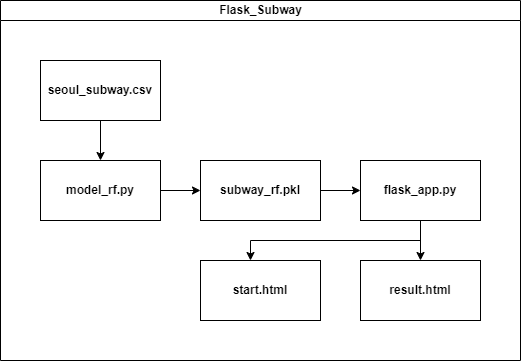
Earlier version of the draw.io export Flask_Subway/diagram.png (likemilktea/seoul_subway_on_off). Source tidied: cells renumbered, new cells last; positions are measured from the earlier drawing's top-left corner, leaving out a move shared by most shapes. Its diagram source:
```xml
<mxGraphModel>
  <root>
    <mxCell id="0" />
    <mxCell id="1" parent="0" />
    <mxCell id="2" value="Flask_Subway" style="swimlane;html=1;startSize=20;horizontal=1;containerType=tree;glass=0;" parent="1" vertex="1">
      <mxGeometry width="520" height="360" as="geometry" />
    </mxCell>
    <mxCell id="3" value="&lt;b&gt;seoul_subway.csv&lt;/b&gt;" style="rounded=0;whiteSpace=wrap;html=1;glass=0;strokeColor=default;fontFamily=Helvetica;fontSize=12;fontColor=default;startSize=20;fillColor=default;" parent="2" vertex="1">
      <mxGeometry x="40" y="60" width="120" height="60" as="geometry" />
    </mxCell>
    <mxCell id="4" style="edgeStyle=orthogonalEdgeStyle;rounded=0;jettySize=auto;html=1;" parent="2" edge="1" source="3" target="5">
      <mxGeometry relative="1" as="geometry" />
    </mxCell>
    <mxCell id="5" value="&lt;b&gt;model_rf.py&lt;/b&gt;" style="rounded=0;whiteSpace=wrap;html=1;glass=0;strokeColor=default;fontFamily=Helvetica;fontSize=12;fontColor=default;startSize=20;fillColor=default;" parent="2" vertex="1">
      <mxGeometry x="40" y="160" width="120" height="60" as="geometry" />
    </mxCell>
    <mxCell id="6" style="edgeStyle=orthogonalEdgeStyle;rounded=0;jettySize=auto;html=1;" parent="2" edge="1" source="5" target="7">
      <mxGeometry relative="1" as="geometry" />
    </mxCell>
    <mxCell id="7" value="&lt;b&gt;subway_rf.pkl&lt;/b&gt;" style="rounded=0;whiteSpace=wrap;html=1;glass=0;strokeColor=default;fontFamily=Helvetica;fontSize=12;fontColor=default;startSize=20;fillColor=default;" parent="2" vertex="1">
      <mxGeometry x="200" y="160" width="120" height="60" as="geometry" />
    </mxCell>
    <mxCell id="8" style="edgeStyle=orthogonalEdgeStyle;rounded=0;jettySize=auto;html=1;" parent="2" edge="1" source="7" target="9">
      <mxGeometry relative="1" as="geometry" />
    </mxCell>
    <mxCell id="9" value="&lt;b&gt;flask_app.py&lt;/b&gt;" style="rounded=0;whiteSpace=wrap;html=1;glass=0;strokeColor=default;fontFamily=Helvetica;fontSize=12;fontColor=default;startSize=20;fillColor=default;" parent="2" vertex="1">
      <mxGeometry x="360" y="160" width="120" height="60" as="geometry" />
    </mxCell>
    <mxCell id="10" style="edgeStyle=orthogonalEdgeStyle;rounded=0;jettySize=auto;html=1;" parent="2" edge="1" source="9" target="11">
      <mxGeometry relative="1" as="geometry" />
    </mxCell>
    <mxCell id="11" value="&lt;b&gt;result.html&lt;/b&gt;" style="rounded=0;whiteSpace=wrap;html=1;glass=0;strokeColor=default;fontFamily=Helvetica;fontSize=12;fontColor=default;startSize=20;fillColor=default;" parent="2" vertex="1">
      <mxGeometry x="360" y="260" width="120" height="60" as="geometry" />
    </mxCell>
    <mxCell id="12" style="edgeStyle=orthogonalEdgeStyle;rounded=0;jettySize=auto;html=1;" parent="2" edge="1" source="9" target="13">
      <mxGeometry relative="1" as="geometry">
        <Array as="points">
          <mxPoint x="420" y="240" />
          <mxPoint x="250" y="240" />
        </Array>
      </mxGeometry>
    </mxCell>
    <mxCell id="13" value="&lt;b&gt;start.html&lt;/b&gt;" style="rounded=0;whiteSpace=wrap;html=1;glass=0;strokeColor=default;fontFamily=Helvetica;fontSize=12;fontColor=default;startSize=20;fillColor=default;" parent="2" vertex="1">
      <mxGeometry x="200" y="260" width="120" height="60" as="geometry" />
    </mxCell>
  </root>
</mxGraphModel>
```
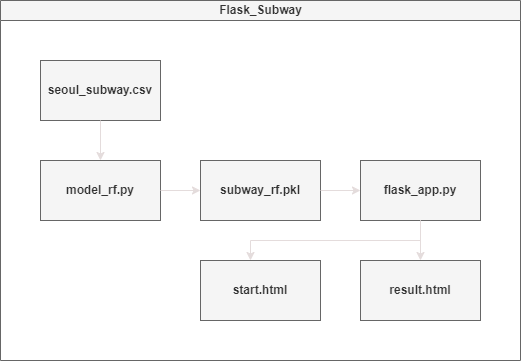
After the change.

Diff of the diagram source:
```diff
@@ -2,37 +2,37 @@
   <root>
     <mxCell id="0" />
     <mxCell id="1" parent="0" />
-    <mxCell id="2" value="Flask_Subway" style="swimlane;html=1;startSize=20;horizontal=1;containerType=tree;glass=0;" parent="1" vertex="1">
+    <mxCell id="2" value="Flask_Subway" style="swimlane;html=1;startSize=20;horizontal=1;containerType=tree;glass=0;fillColor=#f5f5f5;strokeColor=#666666;fontColor=#333333;" parent="1" vertex="1">
       <mxGeometry width="520" height="360" as="geometry" />
     </mxCell>
-    <mxCell id="3" value="&lt;b&gt;seoul_subway.csv&lt;/b&gt;" style="rounded=0;whiteSpace=wrap;html=1;glass=0;strokeColor=default;fontFamily=Helvetica;fontSize=12;fontColor=default;startSize=20;fillColor=default;" parent="2" vertex="1">
+    <mxCell id="3" value="&lt;b&gt;seoul_subway.csv&lt;/b&gt;" style="rounded=0;whiteSpace=wrap;html=1;glass=0;strokeColor=#666666;fontFamily=Helvetica;fontSize=12;startSize=20;fillColor=#f5f5f5;fontColor=#333333;" parent="2" vertex="1">
       <mxGeometry x="40" y="60" width="120" height="60" as="geometry" />
     </mxCell>
-    <mxCell id="4" style="edgeStyle=orthogonalEdgeStyle;rounded=0;jettySize=auto;html=1;" parent="2" edge="1" source="3" target="5">
+    <mxCell id="4" style="edgeStyle=orthogonalEdgeStyle;rounded=0;jettySize=auto;html=1;fillColor=#f5f5f5;strokeColor=#E4DCDC;" parent="2" edge="1" source="3" target="5">
       <mxGeometry relative="1" as="geometry" />
     </mxCell>
-    <mxCell id="5" value="&lt;b&gt;model_rf.py&lt;/b&gt;" style="rounded=0;whiteSpace=wrap;html=1;glass=0;strokeColor=default;fontFamily=Helvetica;fontSize=12;fontColor=default;startSize=20;fillColor=default;" parent="2" vertex="1">
+    <mxCell id="5" value="&lt;b&gt;model_rf.py&lt;/b&gt;" style="rounded=0;whiteSpace=wrap;html=1;glass=0;strokeColor=#666666;fontFamily=Helvetica;fontSize=12;startSize=20;fillColor=#f5f5f5;fontColor=#333333;" parent="2" vertex="1">
       <mxGeometry x="40" y="160" width="120" height="60" as="geometry" />
     </mxCell>
-    <mxCell id="6" style="edgeStyle=orthogonalEdgeStyle;rounded=0;jettySize=auto;html=1;" parent="2" edge="1" source="5" target="7">
+    <mxCell id="6" style="edgeStyle=orthogonalEdgeStyle;rounded=0;jettySize=auto;html=1;fillColor=#f5f5f5;strokeColor=#E4DCDC;" parent="2" edge="1" source="5" target="7">
       <mxGeometry relative="1" as="geometry" />
     </mxCell>
-    <mxCell id="7" value="&lt;b&gt;subway_rf.pkl&lt;/b&gt;" style="rounded=0;whiteSpace=wrap;html=1;glass=0;strokeColor=default;fontFamily=Helvetica;fontSize=12;fontColor=default;startSize=20;fillColor=default;" parent="2" vertex="1">
+    <mxCell id="7" value="&lt;b&gt;subway_rf.pkl&lt;/b&gt;" style="rounded=0;whiteSpace=wrap;html=1;glass=0;strokeColor=#666666;fontFamily=Helvetica;fontSize=12;startSize=20;fillColor=#f5f5f5;fontColor=#333333;" parent="2" vertex="1">
       <mxGeometry x="200" y="160" width="120" height="60" as="geometry" />
     </mxCell>
-    <mxCell id="8" style="edgeStyle=orthogonalEdgeStyle;rounded=0;jettySize=auto;html=1;" parent="2" edge="1" source="7" target="9">
+    <mxCell id="8" style="edgeStyle=orthogonalEdgeStyle;rounded=0;jettySize=auto;html=1;fillColor=#f5f5f5;strokeColor=#E4DCDC;" parent="2" edge="1" source="7" target="9">
       <mxGeometry relative="1" as="geometry" />
     </mxCell>
-    <mxCell id="9" value="&lt;b&gt;flask_app.py&lt;/b&gt;" style="rounded=0;whiteSpace=wrap;html=1;glass=0;strokeColor=default;fontFamily=Helvetica;fontSize=12;fontColor=default;startSize=20;fillColor=default;" parent="2" vertex="1">
+    <mxCell id="9" value="&lt;b&gt;flask_app.py&lt;/b&gt;" style="rounded=0;whiteSpace=wrap;html=1;glass=0;strokeColor=#666666;fontFamily=Helvetica;fontSize=12;startSize=20;fillColor=#f5f5f5;fontColor=#333333;" parent="2" vertex="1">
       <mxGeometry x="360" y="160" width="120" height="60" as="geometry" />
     </mxCell>
-    <mxCell id="10" style="edgeStyle=orthogonalEdgeStyle;rounded=0;jettySize=auto;html=1;" parent="2" edge="1" source="9" target="11">
+    <mxCell id="10" style="edgeStyle=orthogonalEdgeStyle;rounded=0;jettySize=auto;html=1;fillColor=#f5f5f5;strokeColor=#E4DCDC;" parent="2" edge="1" source="9" target="11">
       <mxGeometry relative="1" as="geometry" />
     </mxCell>
-    <mxCell id="11" value="&lt;b&gt;result.html&lt;/b&gt;" style="rounded=0;whiteSpace=wrap;html=1;glass=0;strokeColor=default;fontFamily=Helvetica;fontSize=12;fontColor=default;startSize=20;fillColor=default;" parent="2" vertex="1">
+    <mxCell id="11" value="&lt;b&gt;result.html&lt;/b&gt;" style="rounded=0;whiteSpace=wrap;html=1;glass=0;strokeColor=#666666;fontFamily=Helvetica;fontSize=12;startSize=20;fillColor=#f5f5f5;fontColor=#333333;" parent="2" vertex="1">
       <mxGeometry x="360" y="260" width="120" height="60" as="geometry" />
     </mxCell>
-    <mxCell id="12" style="edgeStyle=orthogonalEdgeStyle;rounded=0;jettySize=auto;html=1;" parent="2" edge="1" source="9" target="13">
+    <mxCell id="12" style="edgeStyle=orthogonalEdgeStyle;rounded=0;jettySize=auto;html=1;fillColor=#f5f5f5;strokeColor=#E4DCDC;" parent="2" edge="1" source="9" target="13">
       <mxGeometry relative="1" as="geometry">
         <Array as="points">
           <mxPoint x="420" y="240" />
@@ -40,7 +40,7 @@
         </Array>
       </mxGeometry>
     </mxCell>
-    <mxCell id="13" value="&lt;b&gt;start.html&lt;/b&gt;" style="rounded=0;whiteSpace=wrap;html=1;glass=0;strokeColor=default;fontFamily=Helvetica;fontSize=12;fontColor=default;startSize=20;fillColor=default;" parent="2" vertex="1">
+    <mxCell id="13" value="&lt;b&gt;start.html&lt;/b&gt;" style="rounded=0;whiteSpace=wrap;html=1;glass=0;strokeColor=#666666;fontFamily=Helvetica;fontSize=12;startSize=20;fillColor=#f5f5f5;fontColor=#333333;" parent="2" vertex="1">
       <mxGeometry x="200" y="260" width="120" height="60" as="geometry" />
     </mxCell>
   </root>
```
